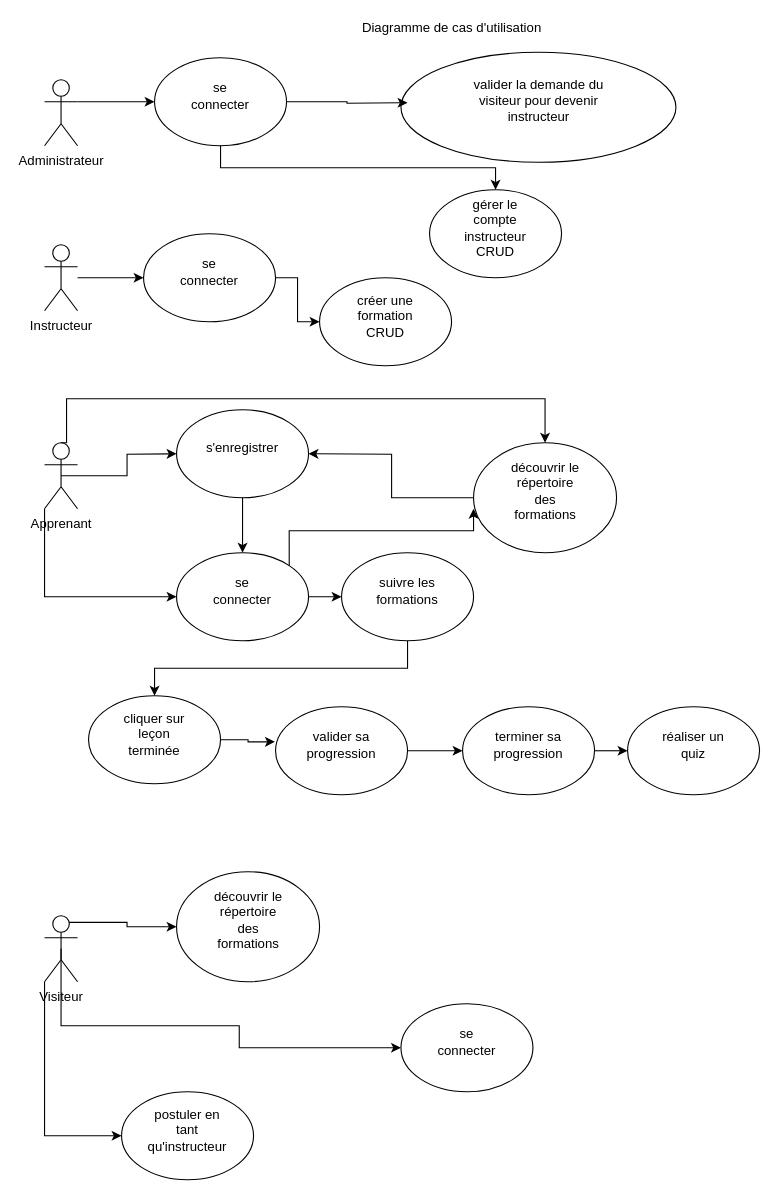
The draw.io diagram ECO IT/fonctionnalités_ecoit.drawio in cyrisa02/diagrammes-UML, before the edit. Source tidied: cells renumbered, new cells numbered last; positions are measured from the earlier drawing's top-left corner, leaving out a move shared by most shapes. Both pictures are drawn from the tidied source at 110%, with x=0, y=0 at pixel (44, 19).
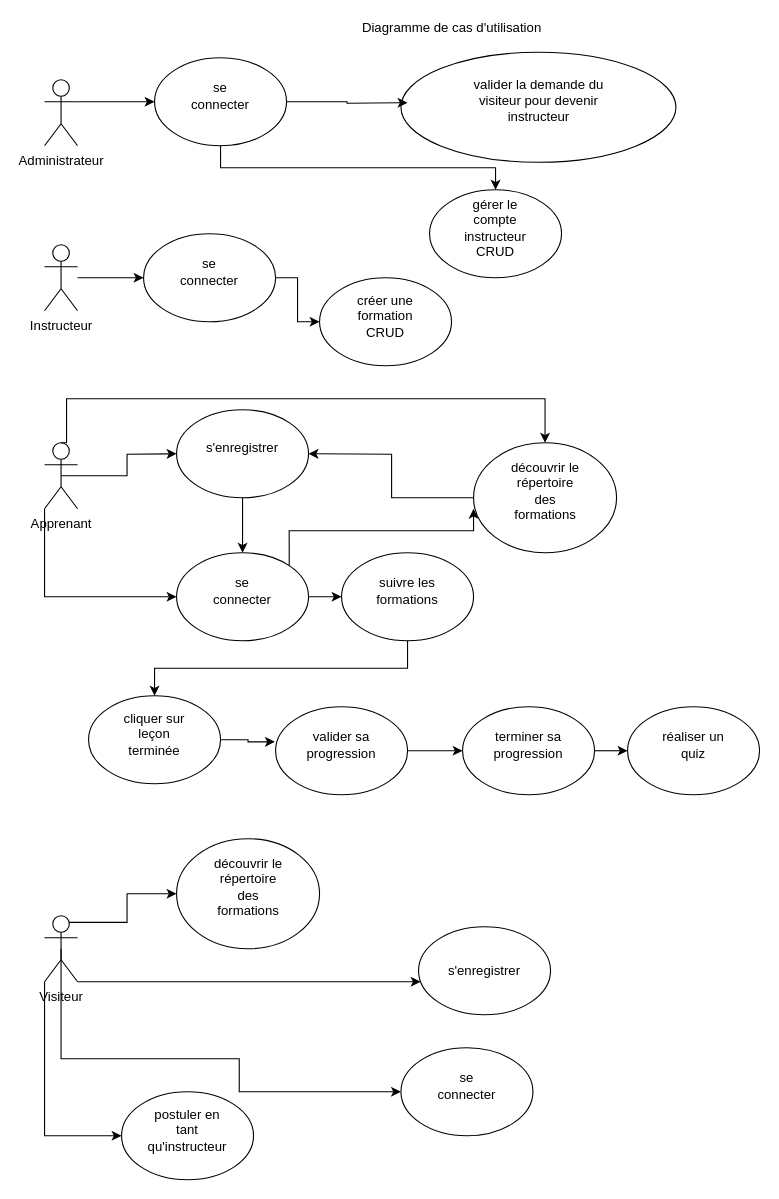
After the change.

The change refers to these unchanged cells:
```xml
<mxCell id="9" value="Visiteur" style="shape=umlActor;verticalLabelPosition=bottom;verticalAlign=top;html=1;outlineConnect=0;" parent="1" vertex="1">
  <mxGeometry y="815" width="30" height="60" as="geometry" />
</mxCell>
<mxCell id="67" style="ellipse;whiteSpace=wrap;html=1;" parent="66" vertex="1">
  <mxGeometry width="120" height="80" as="geometry" />
</mxCell>
```

Diff of the diagram source:
```diff
@@
     <mxCell id="8" style="edgeStyle=orthogonalEdgeStyle;rounded=0;jettySize=auto;html=1;exitX=0.5;exitY=0.5;exitDx=0;exitDy=0;exitPerimeter=0;entryX=0;entryY=0.5;entryDx=0;entryDy=0;" parent="1" edge="1" source="9" target="67">
       <mxGeometry relative="1" as="geometry">
         <Array as="points">
-          <mxPoint x="15" y="915" />
-          <mxPoint x="177" y="915" />
-          <mxPoint x="177" y="935" />
+          <mxPoint x="15" y="945" />
+          <mxPoint x="177" y="945" />
+          <mxPoint x="177" y="975" />
         </Array>
       </mxGeometry>
     </mxCell>
+    <mxCell id="74" style="edgeStyle=orthogonalEdgeStyle;rounded=0;jettySize=auto;html=1;" parent="1" edge="1" source="9" target="75">
+      <mxGeometry relative="1" as="geometry">
+        <Array as="points">
+          <mxPoint x="310" y="875" />
+          <mxPoint x="310" y="875" />
+        </Array>
+      </mxGeometry>
+    </mxCell>
@@
     <mxCell id="63" style="group;" parent="1" vertex="1">
-      <mxGeometry x="120" y="775" width="130" height="100" as="geometry" />
+      <mxGeometry x="120" y="745" width="130" height="100" as="geometry" />
     </mxCell>
@@
     <mxCell id="66" style="group;" parent="1" vertex="1">
-      <mxGeometry x="324" y="895" width="120" height="80" as="geometry" />
+      <mxGeometry x="324" y="935" width="120" height="80" as="geometry" />
     </mxCell>
@@
+    <mxCell id="75" style="ellipse;whiteSpace=wrap;html=1;" parent="1" vertex="1">
+      <mxGeometry x="340" y="825" width="120" height="80" as="geometry" />
+    </mxCell>
+    <mxCell id="76" value="s'enregistrer" style="text;html=1;strokeColor=none;fillColor=none;align=center;verticalAlign=middle;whiteSpace=wrap;rounded=0;" parent="1" vertex="1">
+      <mxGeometry x="370" y="850" width="60" height="30" as="geometry" />
+    </mxCell>
```
